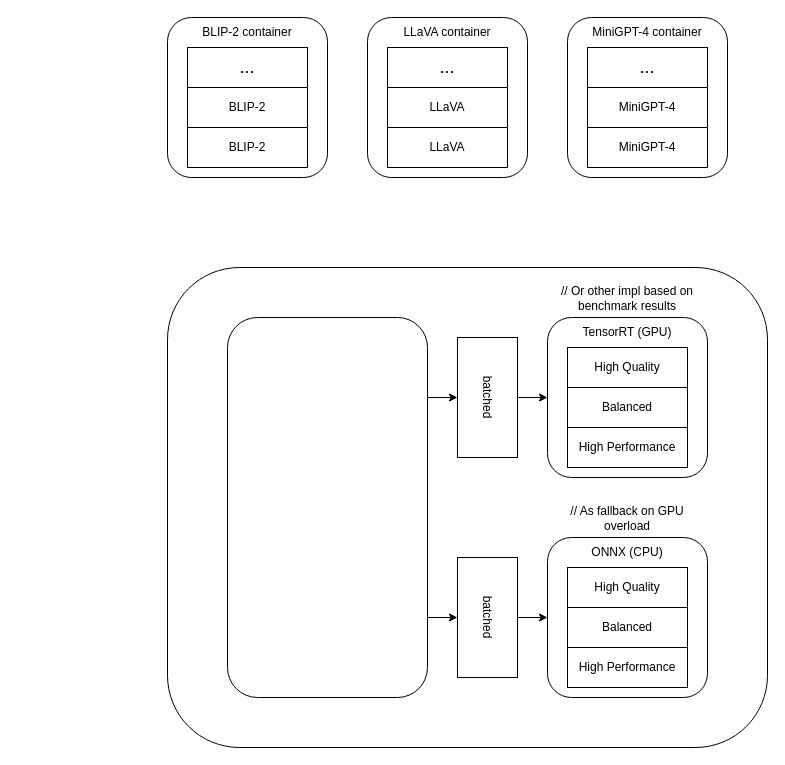
Before: Диаграмма без названия.drawio in BaronVice/schemas, a draw.io diagram. Source tidied: cells renumbered, new cells numbered last; positions are measured from the earlier drawing's top-left corner, leaving out a move shared by most shapes. Both pictures are drawn from the tidied source at 100%, with x=0, y=0 at pixel (167, 17).
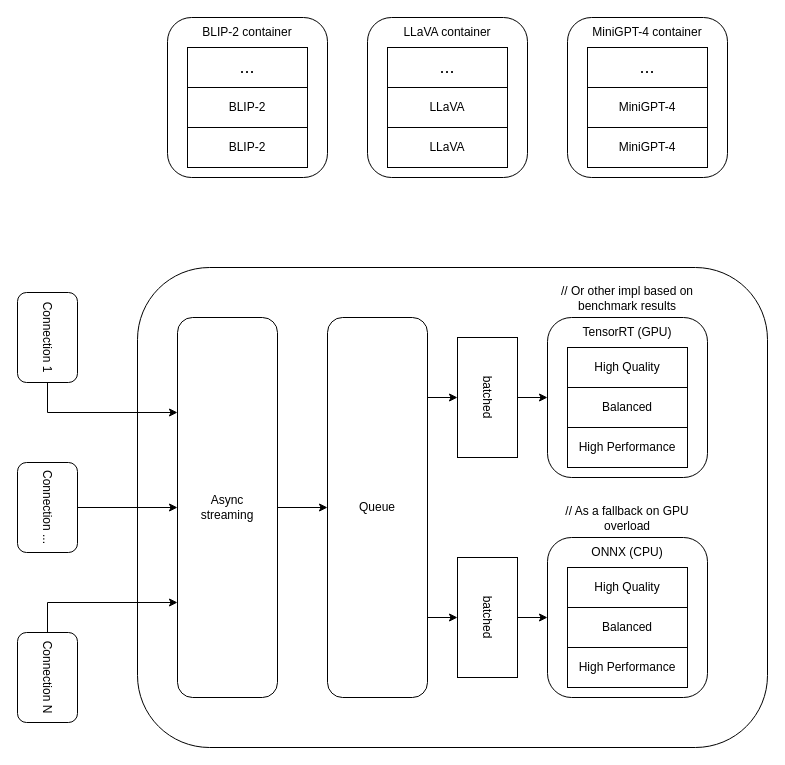
After the change.

What changed in the source:
```diff
@@
     <mxCell id="17" style="rounded=1;whiteSpace=wrap;html=1;" parent="1" vertex="1">
-      <mxGeometry y="250" width="600" height="480" as="geometry" />
+      <mxGeometry x="-30" y="250" width="630" height="480" as="geometry" />
     </mxCell>
@@
-    <mxCell id="20" style="rounded=1;whiteSpace=wrap;html=1;" parent="1" vertex="1">
-      <mxGeometry x="60" y="300" width="200" height="380" as="geometry" />
+    <mxCell id="20" value="Queue" style="rounded=1;whiteSpace=wrap;html=1;" parent="1" vertex="1">
+      <mxGeometry x="160" y="300" width="100" height="380" as="geometry" />
     </mxCell>
@@
-    <mxCell id="36" value="// As fallback on GPU overload" style="text;html=1;align=center;verticalAlign=middle;whiteSpace=wrap;rounded=0;" parent="1" vertex="1">
+    <mxCell id="36" value="// As a fallback on GPU overload" style="text;html=1;align=center;verticalAlign=middle;whiteSpace=wrap;rounded=0;" parent="1" vertex="1">
       <mxGeometry x="380" y="486" width="160" height="30" as="geometry" />
     </mxCell>
+    <mxCell id="37" style="edgeStyle=orthogonalEdgeStyle;rounded=0;jettySize=auto;html=1;exitX=1;exitY=0.5;exitDx=0;exitDy=0;entryX=0;entryY=0.5;entryDx=0;entryDy=0;" parent="1" edge="1" source="38" target="20">
+      <mxGeometry relative="1" as="geometry" />
+    </mxCell>
+    <mxCell id="38" value="&lt;div&gt;Async&lt;/div&gt;&lt;div&gt;streaming&lt;/div&gt;" style="rounded=1;whiteSpace=wrap;html=1;" parent="1" vertex="1">
+      <mxGeometry x="10" y="300" width="100" height="380" as="geometry" />
+    </mxCell>
+    <mxCell id="39" style="edgeStyle=orthogonalEdgeStyle;rounded=0;jettySize=auto;html=1;exitX=1;exitY=0.5;exitDx=0;exitDy=0;entryX=0;entryY=0.25;entryDx=0;entryDy=0;" parent="1" edge="1" source="40" target="38">
+      <mxGeometry relative="1" as="geometry" />
+    </mxCell>
+    <mxCell id="40" value="&lt;div&gt;Connection 1&lt;/div&gt;" style="rounded=1;whiteSpace=wrap;html=1;rotation=90;" parent="1" vertex="1">
+      <mxGeometry x="-165" y="290" width="90" height="60" as="geometry" />
+    </mxCell>
+    <mxCell id="41" style="edgeStyle=orthogonalEdgeStyle;rounded=0;jettySize=auto;html=1;exitX=0.5;exitY=0;exitDx=0;exitDy=0;entryX=0;entryY=0.5;entryDx=0;entryDy=0;" parent="1" edge="1" source="42" target="38">
+      <mxGeometry relative="1" as="geometry" />
+    </mxCell>
+    <mxCell id="42" value="&lt;div&gt;Connection ...&lt;/div&gt;" style="rounded=1;whiteSpace=wrap;html=1;rotation=90;" parent="1" vertex="1">
+      <mxGeometry x="-165" y="460" width="90" height="60" as="geometry" />
+    </mxCell>
+    <mxCell id="43" style="edgeStyle=orthogonalEdgeStyle;rounded=0;jettySize=auto;html=1;exitX=0;exitY=0.5;exitDx=0;exitDy=0;entryX=0;entryY=0.75;entryDx=0;entryDy=0;" parent="1" edge="1" source="44" target="38">
+      <mxGeometry relative="1" as="geometry" />
+    </mxCell>
+    <mxCell id="44" value="&lt;div&gt;Connection N&lt;/div&gt;" style="rounded=1;whiteSpace=wrap;html=1;rotation=90;" parent="1" vertex="1">
+      <mxGeometry x="-165" y="630" width="90" height="60" as="geometry" />
+    </mxCell>
```
